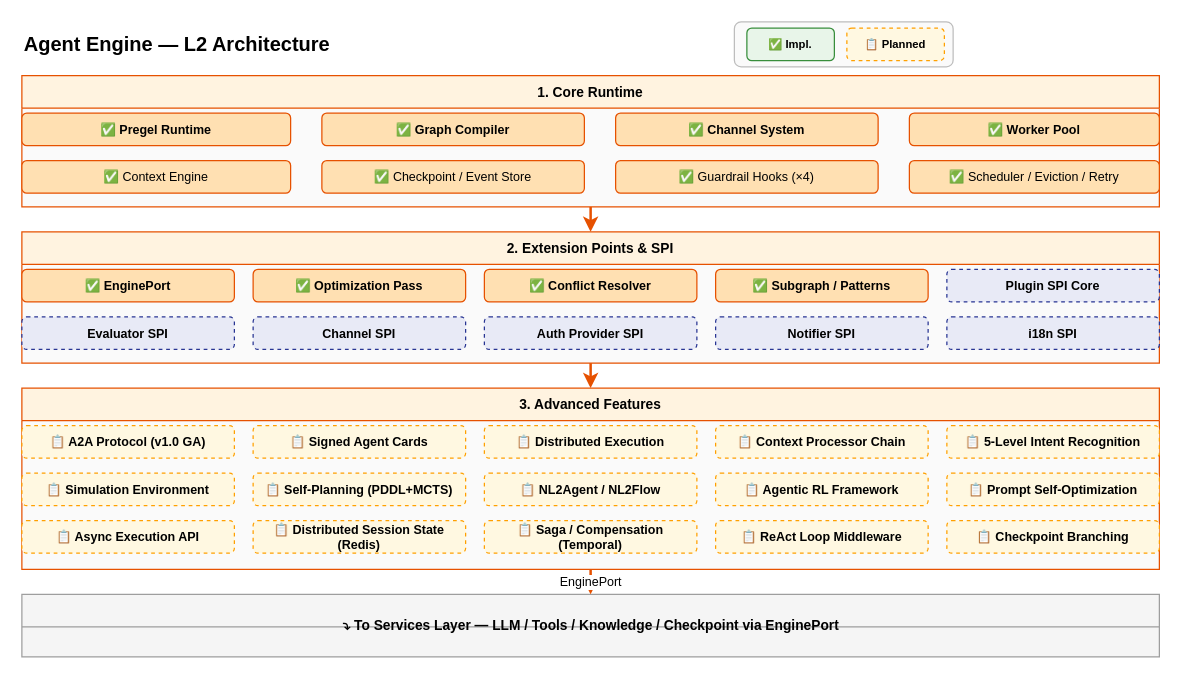
The draw.io diagram docs/design/hardware/agent-engine-l2.drawio in xueyufish/hecate, before the edit. Source tidied: cells renumbered, new cells numbered last; positions are measured from the earlier drawing's top-left corner, leaving out a move shared by most shapes. Both pictures are drawn from the tidied source at 125%, with x=0, y=0 at pixel (21, 21).
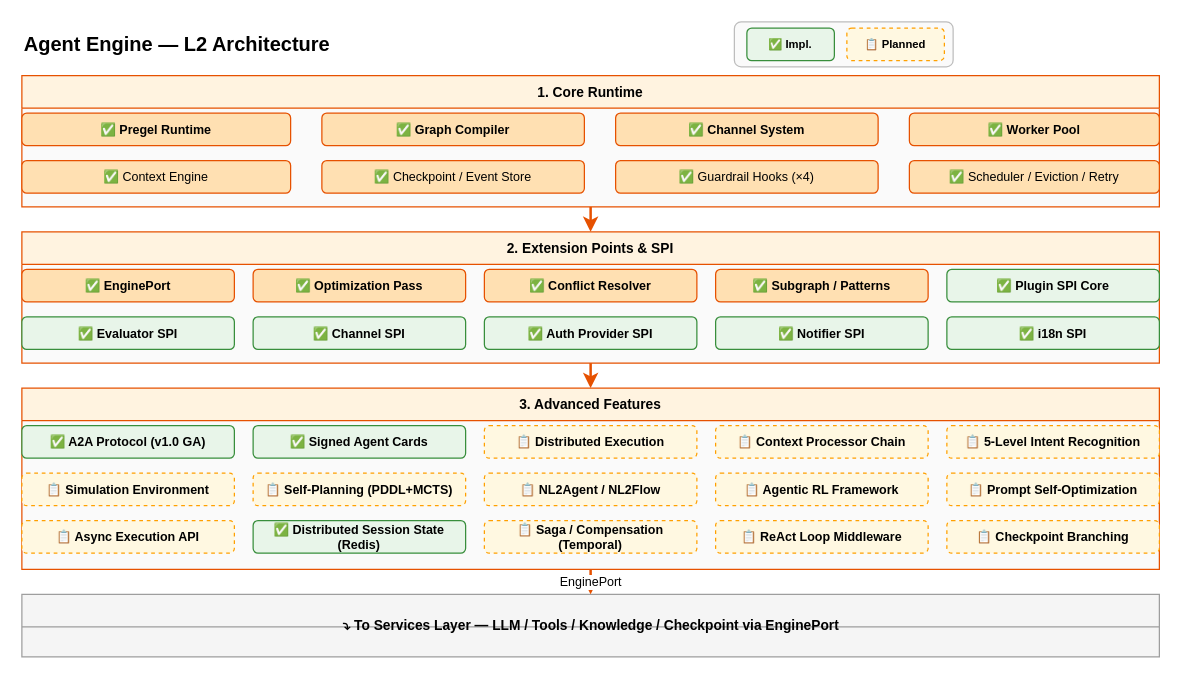
The same page after the edit.

The change refers to these unchanged cells:
```xml
<mxCell id="15" value="2. Extension Points &amp; SPI" style="swimlane;startSize=26;fillColor=#FFF3E0;strokeColor=#E65100;fontSize=11;fontStyle=1;swimlaneFillColor=#FAFAFA;" parent="1" vertex="1">
  <mxGeometry y="168" width="910" height="105" as="geometry" />
</mxCell>
<mxCell id="26" value="3. Advanced Features" style="swimlane;startSize=26;fillColor=#FFF3E0;strokeColor=#E65100;fontSize=11;fontStyle=1;swimlaneFillColor=#FAFAFA;" parent="1" vertex="1">
  <mxGeometry y="293" width="910" height="145" as="geometry" />
</mxCell>
```

Change to the diagram source:
```diff
@@
-    <mxCell id="20" value="Plugin SPI Core" style="rounded=1;whiteSpace=wrap;html=1;fillColor=#E8EAF6;strokeColor=#283593;fontSize=10;fontStyle=1;dashed=1;" parent="15" vertex="1">
+    <mxCell id="20" value="✅ Plugin SPI Core" style="rounded=1;whiteSpace=wrap;html=1;fillColor=#E8F5E9;strokeColor=#388E3C;fontSize=10;fontStyle=1;" parent="15" vertex="1">
       <mxGeometry x="740" y="30" width="170" height="26" as="geometry" />
     </mxCell>
-    <mxCell id="21" value="Evaluator SPI" style="rounded=1;whiteSpace=wrap;html=1;fillColor=#E8EAF6;strokeColor=#283593;fontSize=10;fontStyle=1;dashed=1;" parent="15" vertex="1">
+    <mxCell id="21" value="✅ Evaluator SPI" style="rounded=1;whiteSpace=wrap;html=1;fillColor=#E8F5E9;strokeColor=#388E3C;fontSize=10;fontStyle=1;" parent="15" vertex="1">
       <mxGeometry y="68" width="170" height="26" as="geometry" />
     </mxCell>
-    <mxCell id="22" value="Channel SPI" style="rounded=1;whiteSpace=wrap;html=1;fillColor=#E8EAF6;strokeColor=#283593;fontSize=10;fontStyle=1;dashed=1;" parent="15" vertex="1">
+    <mxCell id="22" value="✅ Channel SPI" style="rounded=1;whiteSpace=wrap;html=1;fillColor=#E8F5E9;strokeColor=#388E3C;fontSize=10;fontStyle=1;" parent="15" vertex="1">
       <mxGeometry x="185" y="68" width="170" height="26" as="geometry" />
     </mxCell>
-    <mxCell id="23" value="Auth Provider SPI" style="rounded=1;whiteSpace=wrap;html=1;fillColor=#E8EAF6;strokeColor=#283593;fontSize=10;fontStyle=1;dashed=1;" parent="15" vertex="1">
+    <mxCell id="23" value="✅ Auth Provider SPI" style="rounded=1;whiteSpace=wrap;html=1;fillColor=#E8F5E9;strokeColor=#388E3C;fontSize=10;fontStyle=1;" parent="15" vertex="1">
       <mxGeometry x="370" y="68" width="170" height="26" as="geometry" />
     </mxCell>
-    <mxCell id="24" value="Notifier SPI" style="rounded=1;whiteSpace=wrap;html=1;fillColor=#E8EAF6;strokeColor=#283593;fontSize=10;fontStyle=1;dashed=1;" parent="15" vertex="1">
+    <mxCell id="24" value="✅ Notifier SPI" style="rounded=1;whiteSpace=wrap;html=1;fillColor=#E8F5E9;strokeColor=#388E3C;fontSize=10;fontStyle=1;" parent="15" vertex="1">
       <mxGeometry x="555" y="68" width="170" height="26" as="geometry" />
     </mxCell>
-    <mxCell id="25" value="i18n SPI" style="rounded=1;whiteSpace=wrap;html=1;fillColor=#E8EAF6;strokeColor=#283593;fontSize=10;fontStyle=1;dashed=1;" parent="15" vertex="1">
+    <mxCell id="25" value="✅ i18n SPI" style="rounded=1;whiteSpace=wrap;html=1;fillColor=#E8F5E9;strokeColor=#388E3C;fontSize=10;fontStyle=1;" parent="15" vertex="1">
       <mxGeometry x="740" y="68" width="170" height="26" as="geometry" />
     </mxCell>
@@
-    <mxCell id="27" value="📋 A2A Protocol (v1.0 GA)" style="rounded=1;whiteSpace=wrap;html=1;fillColor=#FFF8E1;strokeColor=#FFA000;fontSize=10;fontStyle=1;dashed=1;" parent="26" vertex="1">
+    <mxCell id="27" value="✅ A2A Protocol (v1.0 GA)" style="rounded=1;whiteSpace=wrap;html=1;fillColor=#E8F5E9;strokeColor=#388E3C;fontSize=10;fontStyle=1;" parent="26" vertex="1">
       <mxGeometry y="30" width="170" height="26" as="geometry" />
     </mxCell>
-    <mxCell id="28" value="📋 Signed Agent Cards" style="rounded=1;whiteSpace=wrap;html=1;fillColor=#FFF8E1;strokeColor=#FFA000;fontSize=10;fontStyle=1;dashed=1;" parent="26" vertex="1">
+    <mxCell id="28" value="✅ Signed Agent Cards" style="rounded=1;whiteSpace=wrap;html=1;fillColor=#E8F5E9;strokeColor=#388E3C;fontSize=10;fontStyle=1;" parent="26" vertex="1">
       <mxGeometry x="185" y="30" width="170" height="26" as="geometry" />
     </mxCell>
@@
-    <mxCell id="38" value="📋 Distributed Session State (Redis)" style="rounded=1;whiteSpace=wrap;html=1;fillColor=#FFF8E1;strokeColor=#FFA000;fontSize=10;fontStyle=1;dashed=1;" parent="26" vertex="1">
+    <mxCell id="38" value="✅ Distributed Session State (Redis)" style="rounded=1;whiteSpace=wrap;html=1;fillColor=#E8F5E9;strokeColor=#388E3C;fontSize=10;fontStyle=1;" parent="26" vertex="1">
       <mxGeometry x="185" y="106" width="170" height="26" as="geometry" />
     </mxCell>
```
